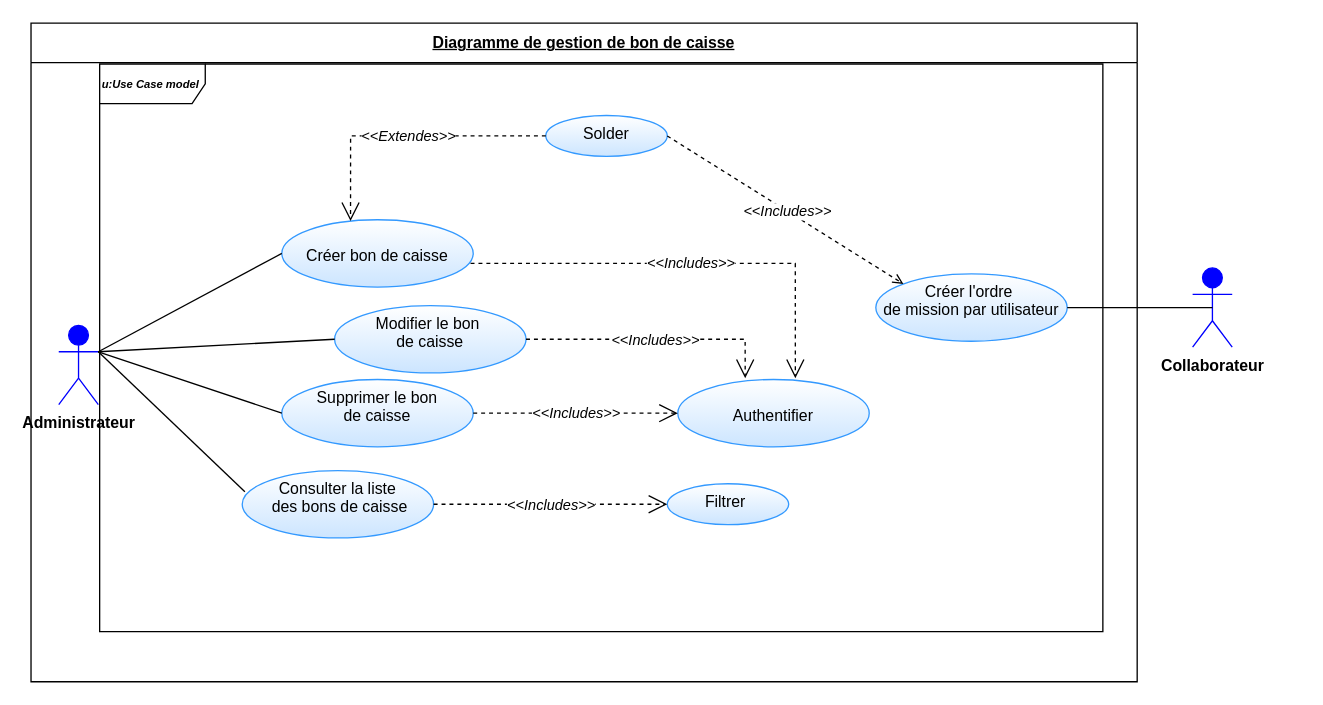
BARIGOU-Imane/Gestion-des-Ordres-de-Mission keeps this draw.io diagram as CaisseUserCase.drawio. Above is the earlier version. Source tidied: cells renumbered, new cells numbered last; positions are measured from the earlier drawing's top-left corner, leaving out a move shared by most shapes. Both pictures are drawn from the tidied source at 132%, with x=0, y=0 at pixel (30, 22).
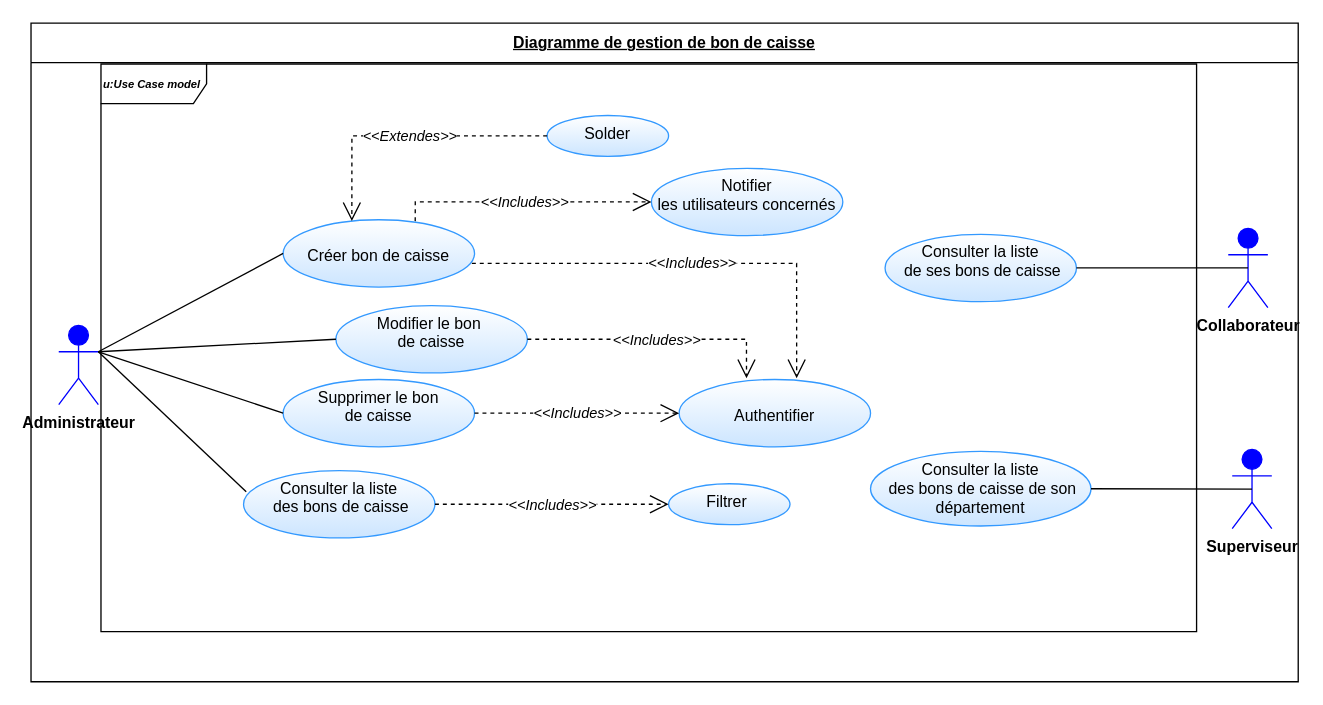
The same page after the edit.

Commit message:
Mettre à jour CaisseUserCase.drawio

Unchanged cells that the change refers to:
```xml
<mxCell id="9" value="&lt;div&gt;&lt;br&gt;&lt;/div&gt;&lt;div&gt;Créer bon de caisse&lt;/div&gt;" style="ellipse;whiteSpace=wrap;html=1;verticalAlign=top;strokeColor=#3399FF;gradientColor=#CCE5FF;" parent="3" vertex="1">
  <mxGeometry x="138" y="118" width="145" height="51" as="geometry" />
</mxCell>
<mxCell id="11" value="&lt;div&gt;Solder&lt;/div&gt;" style="ellipse;whiteSpace=wrap;html=1;verticalAlign=top;strokeColor=#3399FF;gradientColor=#CCE5FF;" parent="3" vertex="1">
  <mxGeometry x="338" y="39" width="92" height="31" as="geometry" />
</mxCell>
```

What changed in the source:
```diff
@@
     <mxCell id="2" value="&lt;u&gt;Diagramme de gestion de bon de caisse&lt;/u&gt;" style="swimlane;fontStyle=1;align=center;horizontal=1;startSize=30;html=1;whiteSpace=wrap;" parent="1" vertex="1">
-      <mxGeometry width="838" height="499" as="geometry" />
+      <mxGeometry width="960" height="499" as="geometry" />
     </mxCell>
     <mxCell id="3" value="&lt;i&gt;&lt;font style=&quot;font-size: 8.5px;&quot;&gt;&lt;b style=&quot;&quot;&gt;u:Use Case model&lt;/b&gt;&lt;/font&gt;&lt;/i&gt;" style="shape=umlFrame;whiteSpace=wrap;html=1;width=80;align=left;" parent="2" vertex="1">
-      <mxGeometry width="760" height="430" relative="1" as="geometry">
-        <mxPoint x="52" y="31" as="offset" />
+      <mxGeometry width="830" height="430" relative="1" as="geometry">
+        <mxPoint x="53" y="31" as="offset" />
       </mxGeometry>
     </mxCell>
@@
-    <mxCell id="13" value="&lt;div&gt;&lt;span style=&quot;background-color: initial;&quot;&gt;Créer l'ordre&amp;nbsp;&lt;/span&gt;&lt;/div&gt;&lt;div&gt;&lt;span style=&quot;background-color: initial;&quot;&gt;de mission par utilisateur&lt;/span&gt;&lt;br&gt;&lt;/div&gt;" style="ellipse;whiteSpace=wrap;html=1;verticalAlign=top;strokeColor=#3399FF;gradientColor=#CCE5FF;" parent="3" vertex="1">
-      <mxGeometry x="588" y="159" width="145" height="51" as="geometry" />
-    </mxCell>
-    <mxCell id="14" style="endArrow=open;html=1;rounded=0;entryX=0;entryY=0;entryDx=0;entryDy=0;exitX=1;exitY=0.5;exitDx=0;exitDy=0;dashed=1;endFill=0;" parent="3" edge="1" source="11" target="13">
-      <mxGeometry relative="1" as="geometry" />
-    </mxCell>
-    <mxCell id="15" value="&lt;i&gt;&amp;lt;&amp;lt;Includes&amp;gt;&amp;gt;&lt;/i&gt;" style="edgeLabel;html=1;align=center;verticalAlign=middle;" parent="14" vertex="1">
-      <mxGeometry x="0.01" relative="1" as="geometry" />
-    </mxCell>
@@
+    <mxCell id="26" value="&lt;div&gt;Consulter la liste&lt;/div&gt;&lt;div&gt;&amp;nbsp;de ses bons de caisse&lt;/div&gt;" style="ellipse;whiteSpace=wrap;html=1;verticalAlign=top;strokeColor=#3399FF;gradientColor=#CCE5FF;" parent="3" vertex="1">
+      <mxGeometry x="594" y="129" width="145" height="51" as="geometry" />
+    </mxCell>
+    <mxCell id="27" value="&lt;div&gt;Consulter la liste&lt;/div&gt;&lt;div&gt;&amp;nbsp;des bons de caisse de son département&lt;/div&gt;" style="ellipse;whiteSpace=wrap;html=1;verticalAlign=top;strokeColor=#3399FF;gradientColor=#CCE5FF;" parent="3" vertex="1">
+      <mxGeometry x="583" y="293.5" width="167" height="56.5" as="geometry" />
+    </mxCell>
+    <mxCell id="28" value="Notifier&lt;div&gt;les utilisateurs concernés&lt;/div&gt;" style="ellipse;whiteSpace=wrap;html=1;verticalAlign=top;strokeColor=#3399FF;gradientColor=#CCE5FF;" parent="3" vertex="1">
+      <mxGeometry x="417" y="79" width="145" height="51" as="geometry" />
+    </mxCell>
+    <mxCell id="15" value="&lt;i&gt;&amp;lt;&amp;lt;Includes&amp;gt;&amp;gt;&lt;/i&gt;" style="endArrow=open;endSize=12;dashed=1;html=1;rounded=0;edgeStyle=orthogonalEdgeStyle;entryX=0;entryY=0.5;entryDx=0;entryDy=0;exitX=0.69;exitY=0.02;exitDx=0;exitDy=0;exitPerimeter=0;" parent="3" edge="1" source="9" target="28">
+      <mxGeometry relative="1" as="geometry" />
+    </mxCell>
@@
+    <mxCell id="29" value="&lt;div&gt;&lt;b&gt;Superviseur&lt;/b&gt;&lt;/div&gt;" style="shape=umlActor;verticalLabelPosition=bottom;verticalAlign=top;html=1;outlineConnect=0;direction=east;rotation=0;fillColor=#0000FF;strokeColor=#0000FF;" parent="2" vertex="1">
+      <mxGeometry x="910" y="323" width="30" height="60" as="geometry" />
+    </mxCell>
+    <mxCell id="30" style="endArrow=none;html=1;rounded=0;entryX=0.5;entryY=0.5;entryDx=0;entryDy=0;entryPerimeter=0;exitX=1;exitY=0.5;exitDx=0;exitDy=0;" parent="2" edge="1" source="27" target="29">
+      <mxGeometry relative="1" as="geometry" />
+    </mxCell>
-    <mxCell id="24" value="&lt;div&gt;&lt;b&gt;Collaborateur&lt;/b&gt;&lt;/div&gt;&lt;div&gt;&lt;b&gt;&lt;br&gt;&lt;/b&gt;&lt;/div&gt;" style="shape=umlActor;verticalLabelPosition=bottom;verticalAlign=top;html=1;outlineConnect=0;direction=east;rotation=0;fillColor=#0000FF;strokeColor=#0000FF;" parent="1" vertex="1">
-      <mxGeometry x="880" y="185.5" width="30" height="60" as="geometry" />
+    <mxCell id="24" value="&lt;div&gt;&lt;b&gt;Collaborateur&lt;/b&gt;&lt;/div&gt;&lt;div&gt;&lt;b&gt;&lt;br&gt;&lt;/b&gt;&lt;/div&gt;" style="shape=umlActor;verticalLabelPosition=bottom;verticalAlign=top;html=1;outlineConnect=0;direction=east;rotation=0;fillColor=#0000FF;strokeColor=#0000FF;" parent="2" vertex="1">
+      <mxGeometry x="907" y="155.5" width="30" height="60" as="geometry" />
     </mxCell>
-    <mxCell id="25" style="endArrow=none;html=1;rounded=0;entryX=0.5;entryY=0.5;entryDx=0;entryDy=0;entryPerimeter=0;exitX=1;exitY=0.5;exitDx=0;exitDy=0;" parent="1" edge="1" source="13" target="24">
+    <mxCell id="25" style="endArrow=none;html=1;rounded=0;entryX=0.5;entryY=0.5;entryDx=0;entryDy=0;entryPerimeter=0;exitX=1;exitY=0.5;exitDx=0;exitDy=0;" parent="2" edge="1" source="26" target="24">
       <mxGeometry relative="1" as="geometry" />
     </mxCell>
```
